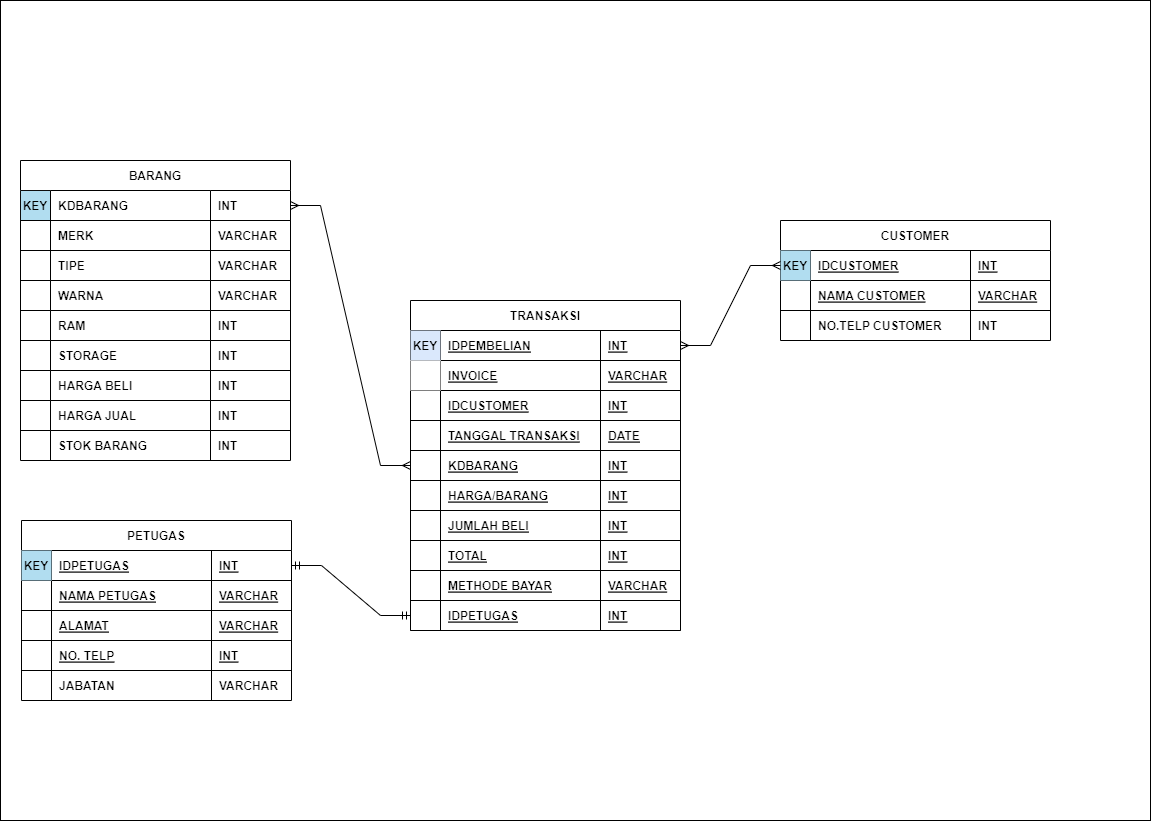
The draw.io diagram database.drawio.png in MountZ1/PR_PenjualanHandPhone_ArdiSaputraTIP-21.2, before a commit. Source tidied: cells renumbered, new cells last; positions are measured from the earlier drawing's top-left corner, leaving out a move shared by most shapes.
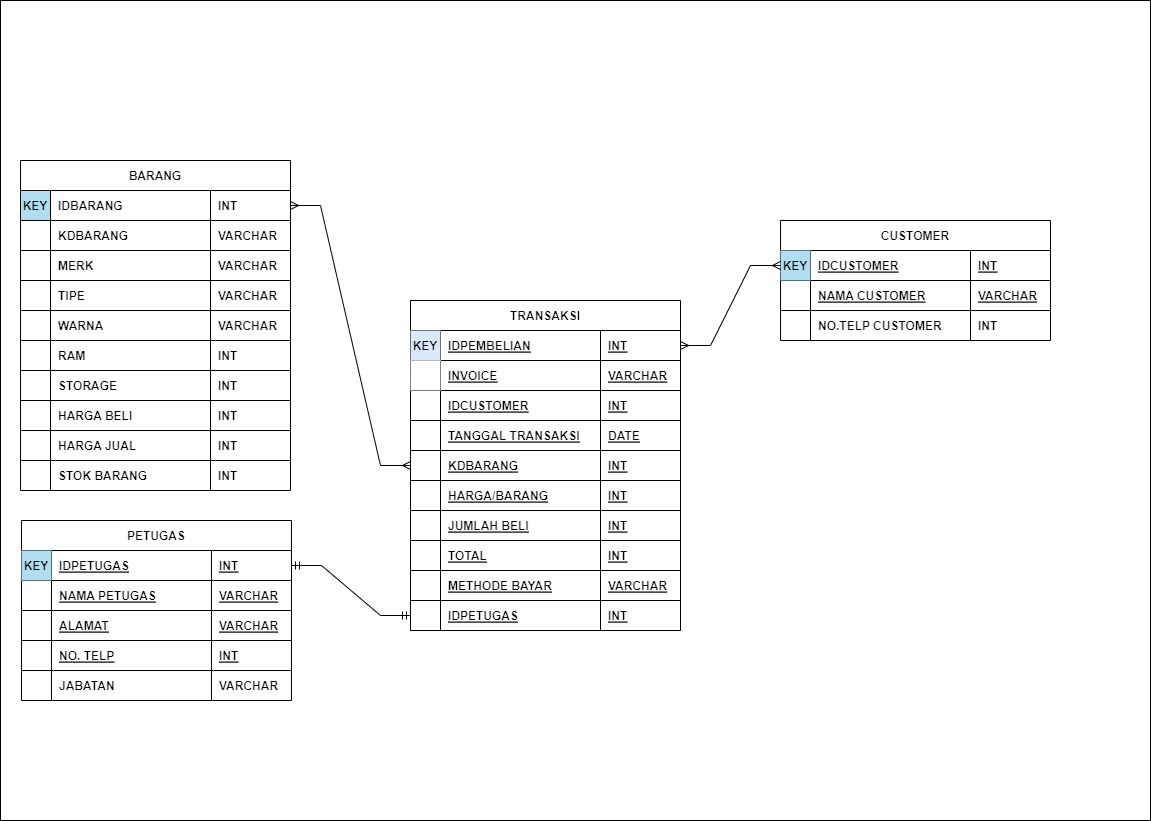
Later version of the same file.

Change to the diagram source:
```diff
@@ -108,7 +108,7 @@
       <mxGeometry x="190" width="80" height="30" as="geometry" />
     </mxCell>
     <mxCell id="37" value="BARANG" style="shape=table;startSize=30;rowLines=1;fontStyle=1;align=center;" parent="1" vertex="1">
-      <mxGeometry x="20" y="160" width="270" height="300" as="geometry" />
+      <mxGeometry x="20" y="160" width="270" height="330" as="geometry" />
     </mxCell>
     <mxCell id="38" style="shape=partialRectangle;fillColor=#b1ddf0;points=[[0,0.5],[1,0.5]];portConstraint=eastwest;top=1;left=1;right=1;bottom=1;strokeColor=#0d0d0d;" parent="37" vertex="1">
       <mxGeometry y="30" width="270" height="30" as="geometry" />
@@ -116,14 +116,26 @@
     <mxCell id="39" value="KEY" style="shape=partialRectangle;overflow=hidden;fillColor=none;top=0;left=0;bottom=0;right=0;fontStyle=1;" parent="38" vertex="1">
       <mxGeometry width="30" height="30" as="geometry" />
     </mxCell>
-    <mxCell id="40" value="KDBARANG" style="shape=partialRectangle;overflow=hidden;top=1;left=1;bottom=1;right=1;align=left;spacingLeft=6;strokeColor=#000000;labelBorderColor=none;fontStyle=1;" parent="38" vertex="1">
+    <mxCell id="40" value="IDBARANG" style="shape=partialRectangle;overflow=hidden;top=1;left=1;bottom=1;right=1;align=left;spacingLeft=6;strokeColor=#000000;labelBorderColor=none;fontStyle=1;" parent="38" vertex="1">
       <mxGeometry x="30" width="160" height="30" as="geometry" />
     </mxCell>
     <mxCell id="41" value="INT" style="shape=partialRectangle;overflow=hidden;top=1;left=1;bottom=1;right=1;align=left;spacingLeft=6;strokeColor=#000000;labelBorderColor=none;fontStyle=1;" parent="38" vertex="1">
       <mxGeometry x="190" width="80" height="30" as="geometry" />
     </mxCell>
+    <mxCell id="118" style="shape=partialRectangle;fillColor=none;top=1;left=1;right=1;bottom=1;" parent="37" vertex="1">
+      <mxGeometry y="60" width="270" height="30" as="geometry" />
+    </mxCell>
+    <mxCell id="119" style="shape=partialRectangle;overflow=hidden;fillColor=none;top=0;left=0;bottom=0;right=0;" parent="118" vertex="1">
+      <mxGeometry width="30" height="30" as="geometry" />
+    </mxCell>
+    <mxCell id="120" value="KDBARANG" style="shape=partialRectangle;overflow=hidden;fillColor=none;top=0;left=0;bottom=0;right=0;align=left;spacingLeft=6;fontStyle=1;" parent="118" vertex="1">
+      <mxGeometry x="30" width="160" height="30" as="geometry" />
+    </mxCell>
+    <mxCell id="121" value="VARCHAR" style="shape=partialRectangle;overflow=hidden;fillColor=none;top=0;left=0;bottom=0;right=0;align=left;spacingLeft=6;fontStyle=1;" parent="118" vertex="1">
+      <mxGeometry x="190" width="80" height="30" as="geometry" />
+    </mxCell>
     <mxCell id="42" style="shape=partialRectangle;fillColor=none;top=1;left=1;right=1;bottom=1;" parent="37" vertex="1">
-      <mxGeometry y="60" width="270" height="30" as="geometry" />
+      <mxGeometry y="90" width="270" height="30" as="geometry" />
     </mxCell>
     <mxCell id="43" style="shape=partialRectangle;overflow=hidden;fillColor=none;top=0;left=0;bottom=0;right=0;" parent="42" vertex="1">
       <mxGeometry width="30" height="30" as="geometry" />
@@ -135,7 +147,7 @@
       <mxGeometry x="190" width="80" height="30" as="geometry" />
     </mxCell>
     <mxCell id="46" style="shape=partialRectangle;fillColor=none;top=0;left=0;right=0;bottom=0;" parent="37" vertex="1">
-      <mxGeometry y="90" width="270" height="30" as="geometry" />
+      <mxGeometry y="120" width="270" height="30" as="geometry" />
     </mxCell>
     <mxCell id="47" style="shape=partialRectangle;overflow=hidden;fillColor=none;top=0;left=0;bottom=0;right=0;" parent="46" vertex="1">
       <mxGeometry width="30" height="30" as="geometry" />
@@ -147,7 +159,7 @@
       <mxGeometry x="190" width="80" height="30" as="geometry" />
     </mxCell>
     <mxCell id="50" style="shape=partialRectangle;fillColor=none;top=0;left=0;right=0;bottom=0;" parent="37" vertex="1">
-      <mxGeometry y="120" width="270" height="30" as="geometry" />
+      <mxGeometry y="150" width="270" height="30" as="geometry" />
     </mxCell>
     <mxCell id="51" style="shape=partialRectangle;overflow=hidden;fillColor=none;top=0;left=0;bottom=0;right=0;" parent="50" vertex="1">
       <mxGeometry width="30" height="30" as="geometry" />
@@ -159,7 +171,7 @@
       <mxGeometry x="190" width="80" height="30" as="geometry" />
     </mxCell>
     <mxCell id="54" style="shape=partialRectangle;fillColor=none;top=0;left=0;right=0;bottom=0;" parent="37" vertex="1">
-      <mxGeometry y="150" width="270" height="30" as="geometry" />
+      <mxGeometry y="180" width="270" height="30" as="geometry" />
     </mxCell>
     <mxCell id="55" style="shape=partialRectangle;overflow=hidden;fillColor=none;top=0;left=0;bottom=0;right=0;" parent="54" vertex="1">
       <mxGeometry width="30" height="30" as="geometry" />
@@ -171,7 +183,7 @@
       <mxGeometry x="190" width="80" height="30" as="geometry" />
     </mxCell>
     <mxCell id="58" style="shape=partialRectangle;fillColor=none;top=0;left=0;right=0;bottom=0;" parent="37" vertex="1">
-      <mxGeometry y="180" width="270" height="30" as="geometry" />
+      <mxGeometry y="210" width="270" height="30" as="geometry" />
     </mxCell>
     <mxCell id="59" style="shape=partialRectangle;overflow=hidden;fillColor=none;top=0;left=0;bottom=0;right=0;" parent="58" vertex="1">
       <mxGeometry width="30" height="30" as="geometry" />
@@ -183,7 +195,7 @@
       <mxGeometry x="190" width="80" height="30" as="geometry" />
     </mxCell>
     <mxCell id="62" style="shape=partialRectangle;fillColor=none;top=0;left=0;right=0;bottom=0;" parent="37" vertex="1">
-      <mxGeometry y="210" width="270" height="30" as="geometry" />
+      <mxGeometry y="240" width="270" height="30" as="geometry" />
     </mxCell>
     <mxCell id="63" style="shape=partialRectangle;overflow=hidden;fillColor=none;top=0;left=0;bottom=0;right=0;" parent="62" vertex="1">
       <mxGeometry width="30" height="30" as="geometry" />
@@ -195,7 +207,7 @@
       <mxGeometry x="190" width="80" height="30" as="geometry" />
     </mxCell>
     <mxCell id="66" style="shape=partialRectangle;fillColor=none;top=0;left=0;right=0;bottom=0;" parent="37" vertex="1">
-      <mxGeometry y="240" width="270" height="30" as="geometry" />
+      <mxGeometry y="270" width="270" height="30" as="geometry" />
     </mxCell>
     <mxCell id="67" style="shape=partialRectangle;overflow=hidden;fillColor=none;top=0;left=0;bottom=0;right=0;" parent="66" vertex="1">
       <mxGeometry width="30" height="30" as="geometry" />
@@ -207,7 +219,7 @@
       <mxGeometry x="190" width="80" height="30" as="geometry" />
     </mxCell>
     <mxCell id="70" style="shape=partialRectangle;fillColor=none;top=0;left=0;right=0;bottom=0;" parent="37" vertex="1">
-      <mxGeometry y="270" width="270" height="30" as="geometry" />
+      <mxGeometry y="300" width="270" height="30" as="geometry" />
     </mxCell>
     <mxCell id="71" style="shape=partialRectangle;overflow=hidden;fillColor=none;top=0;left=0;bottom=0;right=0;" parent="70" vertex="1">
       <mxGeometry width="30" height="30" as="geometry" />
```
